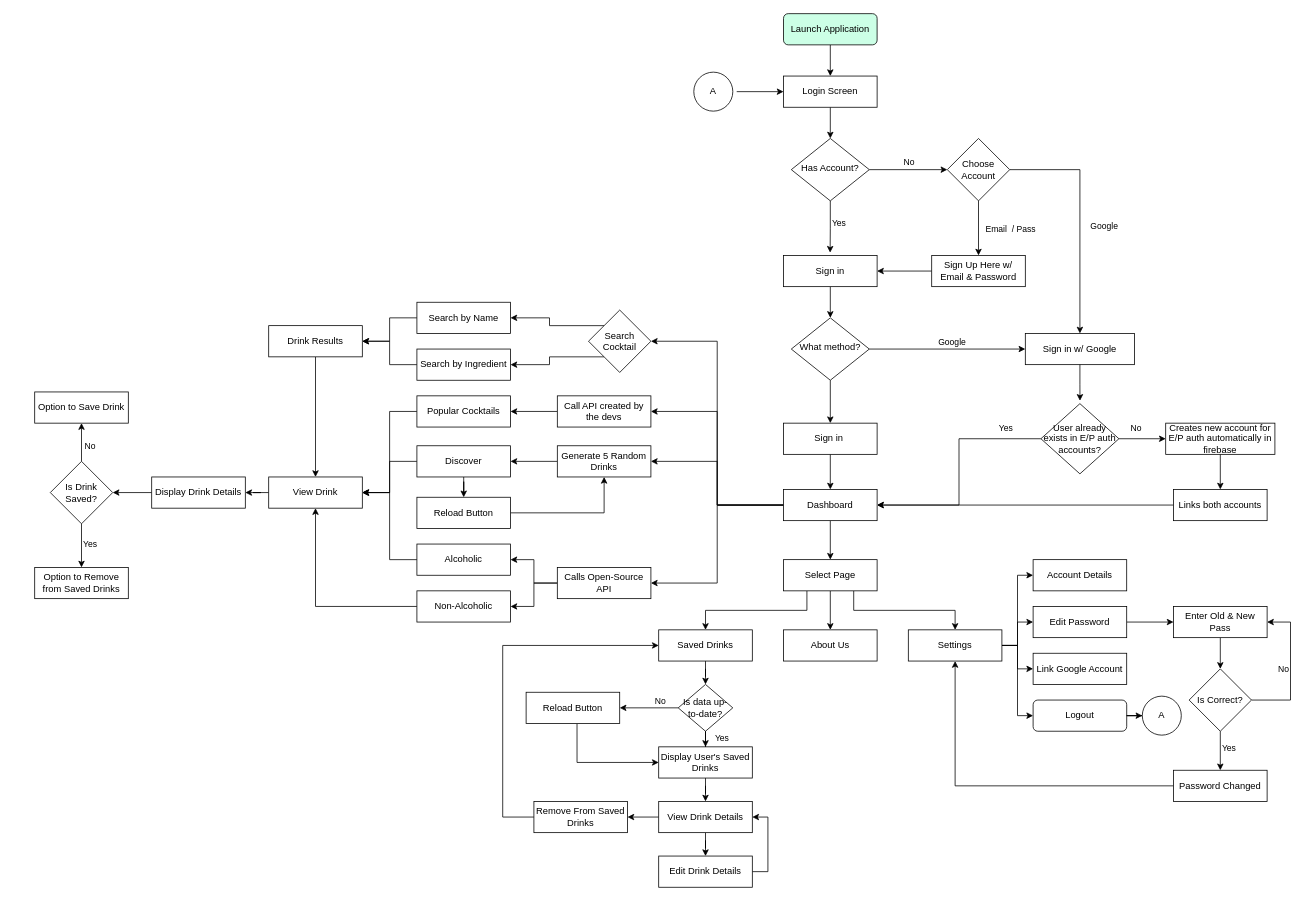
Marck-road/MobDev_Inom_Proj keeps this draw.io diagram as inom_project/Kanpai.drawio. Above is the earlier version. Source tidied: cells renumbered, new cells numbered last; positions are measured from the earlier drawing's top-left corner, leaving out a move shared by most shapes. Both pictures are drawn from the tidied source at 78%, with x=0, y=0 at pixel (34, 13).
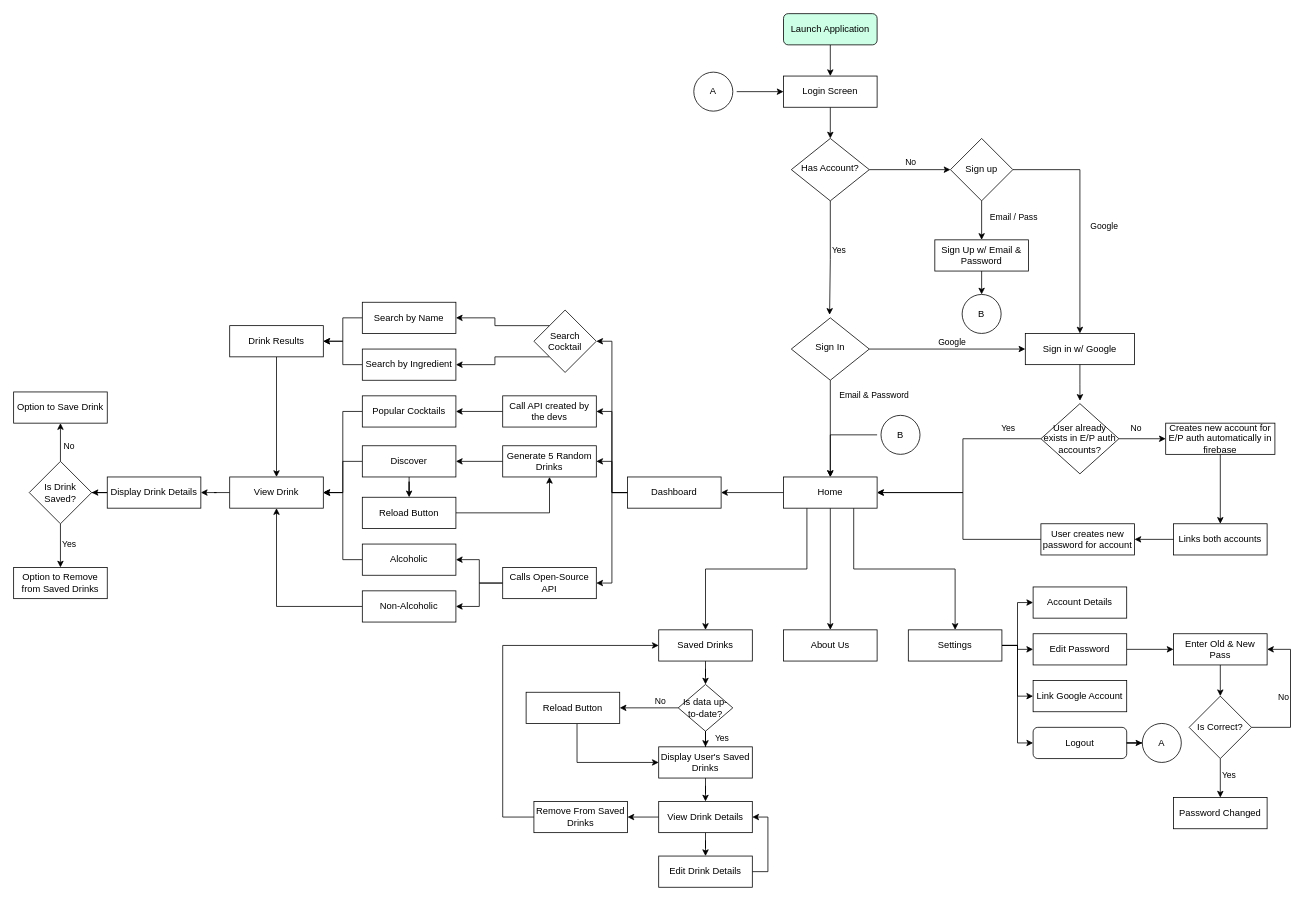
Above is the later version.

The change refers to these unchanged cells:
```xml
<mxCell id="6" value="Has Account?" style="rhombus;whiteSpace=wrap;html=1;shadow=0;fontFamily=Helvetica;fontSize=12;align=center;strokeWidth=1;spacing=6;spacingTop=-4;" parent="1" vertex="1">
  <mxGeometry x="970" y="160" width="100" height="80" as="geometry" />
</mxCell>
<mxCell id="14" style="edgeStyle=orthogonalEdgeStyle;rounded=0;jettySize=auto;html=1;entryX=0.5;entryY=0;entryDx=0;entryDy=0;" parent="1" edge="1" source="16" target="31">
  <mxGeometry relative="1" as="geometry" />
</mxCell>
<mxCell id="22" value="&lt;font style=&quot;font-size: 12px;&quot;&gt;User already exists in E/P auth accounts?&lt;/font&gt;" style="rhombus;whiteSpace=wrap;html=1;" parent="1" vertex="1">
  <mxGeometry x="1290" y="500" width="100" height="90" as="geometry" />
</mxCell>
<mxCell id="50" value="Settings" style="rounded=0;whiteSpace=wrap;html=1;" parent="1" vertex="1">
  <mxGeometry x="1120" y="790" width="120" height="40" as="geometry" />
</mxCell>
```

What changed in the source:
```diff
@@
-    <mxCell id="7" style="edgeStyle=orthogonalEdgeStyle;rounded=0;jettySize=auto;html=1;exitX=0.5;exitY=1;exitDx=0;exitDy=0;entryX=0.5;entryY=0;entryDx=0;entryDy=0;" parent="1" edge="1" source="32" target="38">
-      <mxGeometry relative="1" as="geometry" />
-    </mxCell>
@@
-    <mxCell id="10" style="edgeStyle=orthogonalEdgeStyle;rounded=0;jettySize=auto;html=1;entryX=0.5;entryY=0;entryDx=0;entryDy=0;" parent="1" edge="1" source="11" target="32">
+    <mxCell id="10" style="edgeStyle=orthogonalEdgeStyle;rounded=0;jettySize=auto;html=1;entryX=0.5;entryY=0;entryDx=0;entryDy=0;" parent="1" edge="1" source="11" target="42">
       <mxGeometry relative="1" as="geometry" />
     </mxCell>
-    <mxCell id="11" value="What method?" style="rhombus;whiteSpace=wrap;html=1;shadow=0;fontFamily=Helvetica;fontSize=12;align=center;strokeWidth=1;spacing=6;spacingTop=-4;" parent="1" vertex="1">
+    <mxCell id="11" value="Sign In" style="rhombus;whiteSpace=wrap;html=1;shadow=0;fontFamily=Helvetica;fontSize=12;align=center;strokeWidth=1;spacing=6;spacingTop=-4;" parent="1" vertex="1">
       <mxGeometry x="970" y="390" width="100" height="80" as="geometry" />
     </mxCell>
@@
-    <mxCell id="15" value="Email&amp;nbsp; / Pass" style="edgeLabel;html=1;align=center;verticalAlign=middle;" parent="14" vertex="1">
+    <mxCell id="15" value="Email / Pass" style="edgeLabel;html=1;align=center;verticalAlign=middle;" parent="14" vertex="1">
       <mxGeometry x="-0.01" y="-2" relative="1" as="geometry">
-        <mxPoint x="42" as="offset" />
+        <mxPoint x="42" y="-5" as="offset" />
       </mxGeometry>
     </mxCell>
-    <mxCell id="16" value="Choose Account" style="rhombus;whiteSpace=wrap;html=1;" parent="1" vertex="1">
-      <mxGeometry x="1170" y="160" width="80" height="80" as="geometry" />
+    <mxCell id="16" value="Sign up" style="rhombus;whiteSpace=wrap;html=1;" parent="1" vertex="1">
+      <mxGeometry x="1174" y="160" width="80" height="80" as="geometry" />
     </mxCell>
-    <mxCell id="17" style="edgeStyle=orthogonalEdgeStyle;rounded=0;jettySize=auto;html=1;entryX=1;entryY=0.5;entryDx=0;entryDy=0;exitX=0;exitY=0.5;exitDx=0;exitDy=0;" parent="1" edge="1" source="31" target="30">
-      <mxGeometry relative="1" as="geometry" />
-    </mxCell>
-    <mxCell id="18" style="edgeStyle=orthogonalEdgeStyle;rounded=0;jettySize=auto;html=1;entryX=1;entryY=0.5;entryDx=0;entryDy=0;" parent="1" edge="1" source="22" target="38">
-      <mxGeometry relative="1" as="geometry" />
+    <mxCell id="18" style="edgeStyle=orthogonalEdgeStyle;rounded=0;jettySize=auto;html=1;entryX=1;entryY=0.5;entryDx=0;entryDy=0;" parent="1" edge="1" source="22" target="42">
+      <mxGeometry relative="1" as="geometry">
+        <Array as="points">
+          <mxPoint x="1190" y="545" />
+          <mxPoint x="1190" y="614" />
+          <mxPoint x="1080" y="614" />
+        </Array>
+      </mxGeometry>
     </mxCell>
@@
-    <mxCell id="23" style="edgeStyle=orthogonalEdgeStyle;rounded=0;jettySize=auto;html=1;entryX=1;entryY=0.5;entryDx=0;entryDy=0;" parent="1" edge="1" source="24" target="38">
-      <mxGeometry relative="1" as="geometry" />
+    <mxCell id="23" style="edgeStyle=orthogonalEdgeStyle;rounded=0;jettySize=auto;html=1;entryX=1;entryY=0.5;entryDx=0;entryDy=0;exitX=0;exitY=0.5;exitDx=0;exitDy=0;" parent="1" edge="1" source="134" target="42">
+      <mxGeometry relative="1" as="geometry">
+        <Array as="points">
+          <mxPoint x="1190" y="674" />
+          <mxPoint x="1190" y="614" />
+          <mxPoint x="1080" y="614" />
+        </Array>
+      </mxGeometry>
     </mxCell>
     <mxCell id="24" value="Links both accounts" style="rounded=0;whiteSpace=wrap;html=1;" parent="1" vertex="1">
-      <mxGeometry x="1460" y="610" width="120" height="40" as="geometry" />
+      <mxGeometry x="1460" y="654" width="120" height="40" as="geometry" />
     </mxCell>
@@
-    <mxCell id="29" style="edgeStyle=orthogonalEdgeStyle;rounded=0;jettySize=auto;html=1;entryX=0.5;entryY=0;entryDx=0;entryDy=0;" parent="1" edge="1" source="30" target="11">
-      <mxGeometry relative="1" as="geometry" />
-    </mxCell>
-    <mxCell id="30" value="Sign in" style="rounded=0;whiteSpace=wrap;html=1;" parent="1" vertex="1">
-      <mxGeometry x="960" y="310" width="120" height="40" as="geometry" />
-    </mxCell>
-    <mxCell id="31" value="Sign Up Here w/ Email &amp;amp; Password" style="rounded=0;whiteSpace=wrap;html=1;" parent="1" vertex="1">
-      <mxGeometry x="1150" y="310" width="120" height="40" as="geometry" />
+    <mxCell id="31" value="Sign Up w/ Email &amp;amp; Password" style="rounded=0;whiteSpace=wrap;html=1;" parent="1" vertex="1">
+      <mxGeometry x="1154" y="290" width="120" height="40" as="geometry" />
     </mxCell>
-    <mxCell id="32" value="Sign in&amp;nbsp;" style="rounded=0;whiteSpace=wrap;html=1;" parent="1" vertex="1">
-      <mxGeometry x="960" y="525" width="120" height="40" as="geometry" />
-    </mxCell>
-    <mxCell id="33" style="edgeStyle=orthogonalEdgeStyle;rounded=0;jettySize=auto;html=1;entryX=0.5;entryY=0;entryDx=0;entryDy=0;" parent="1" edge="1" source="38" target="42">
-      <mxGeometry relative="1" as="geometry" />
-    </mxCell>
@@
     <mxCell id="38" value="Dashboard" style="rounded=0;whiteSpace=wrap;html=1;" parent="1" vertex="1">
-      <mxGeometry x="960" y="610" width="120" height="40" as="geometry" />
+      <mxGeometry x="760" y="594" width="120" height="40" as="geometry" />
     </mxCell>
@@
+    <mxCell id="131" style="edgeStyle=orthogonalEdgeStyle;rounded=0;jettySize=auto;html=1;entryX=1;entryY=0.5;entryDx=0;entryDy=0;" parent="1" edge="1" source="42" target="38">
+      <mxGeometry relative="1" as="geometry" />
+    </mxCell>
-    <mxCell id="42" value="Select Page" style="rounded=0;whiteSpace=wrap;html=1;" parent="1" vertex="1">
-      <mxGeometry x="960" y="700" width="120" height="40" as="geometry" />
+    <mxCell id="42" value="Home" style="rounded=0;whiteSpace=wrap;html=1;" parent="1" vertex="1">
+      <mxGeometry x="960" y="594" width="120" height="40" as="geometry" />
     </mxCell>
@@
     <mxCell id="52" value="Search by Name" style="rounded=0;whiteSpace=wrap;html=1;" parent="1" vertex="1">
-      <mxGeometry x="490" y="370" width="120" height="40" as="geometry" />
+      <mxGeometry x="420" y="370" width="120" height="40" as="geometry" />
     </mxCell>
@@
     <mxCell id="54" value="Generate 5 Random Drinks" style="rounded=0;whiteSpace=wrap;html=1;" parent="1" vertex="1">
-      <mxGeometry x="670" y="554" width="120" height="40" as="geometry" />
+      <mxGeometry x="600" y="554" width="120" height="40" as="geometry" />
     </mxCell>
@@
     <mxCell id="56" value="Popular Cocktails" style="rounded=0;whiteSpace=wrap;html=1;" parent="1" vertex="1">
-      <mxGeometry x="490" y="490" width="120" height="40" as="geometry" />
+      <mxGeometry x="420" y="490" width="120" height="40" as="geometry" />
     </mxCell>
@@
     <mxCell id="58" value="Alcoholic" style="rounded=0;whiteSpace=wrap;html=1;" parent="1" vertex="1">
-      <mxGeometry x="490" y="680" width="120" height="40" as="geometry" />
+      <mxGeometry x="420" y="680" width="120" height="40" as="geometry" />
     </mxCell>
@@
     <mxCell id="61" value="Discover" style="rounded=0;whiteSpace=wrap;html=1;" parent="1" vertex="1">
-      <mxGeometry x="490" y="554" width="120" height="40" as="geometry" />
+      <mxGeometry x="420" y="554" width="120" height="40" as="geometry" />
     </mxCell>
@@
     <mxCell id="63" value="Call API created by the devs" style="rounded=0;whiteSpace=wrap;html=1;" parent="1" vertex="1">
-      <mxGeometry x="670" y="490" width="120" height="40" as="geometry" />
+      <mxGeometry x="600" y="490" width="120" height="40" as="geometry" />
     </mxCell>
@@
     <mxCell id="65" value="Non-Alcoholic" style="rounded=0;whiteSpace=wrap;html=1;" parent="1" vertex="1">
-      <mxGeometry x="490" y="740" width="120" height="40" as="geometry" />
+      <mxGeometry x="420" y="740" width="120" height="40" as="geometry" />
     </mxCell>
@@
     <mxCell id="68" value="Calls Open-Source API" style="rounded=0;whiteSpace=wrap;html=1;" parent="1" vertex="1">
-      <mxGeometry x="670" y="710" width="120" height="40" as="geometry" />
+      <mxGeometry x="600" y="710" width="120" height="40" as="geometry" />
     </mxCell>
@@
     <mxCell id="70" value="Reload Button" style="rounded=0;whiteSpace=wrap;html=1;" parent="1" vertex="1">
-      <mxGeometry x="490" y="620" width="120" height="40" as="geometry" />
+      <mxGeometry x="420" y="620" width="120" height="40" as="geometry" />
     </mxCell>
@@
     <mxCell id="73" value="Search Cocktail" style="rhombus;whiteSpace=wrap;html=1;" parent="1" vertex="1">
-      <mxGeometry x="710" y="380" width="80" height="80" as="geometry" />
+      <mxGeometry x="640" y="380" width="80" height="80" as="geometry" />
     </mxCell>
@@
     <mxCell id="75" value="Search by Ingredient" style="rounded=0;whiteSpace=wrap;html=1;" parent="1" vertex="1">
-      <mxGeometry x="490" y="430" width="120" height="40" as="geometry" />
+      <mxGeometry x="420" y="430" width="120" height="40" as="geometry" />
     </mxCell>
@@
     <mxCell id="77" value="Drink Results" style="rounded=0;whiteSpace=wrap;html=1;" parent="1" vertex="1">
-      <mxGeometry x="300" y="400" width="120" height="40" as="geometry" />
+      <mxGeometry x="250" y="400" width="120" height="40" as="geometry" />
     </mxCell>
@@
     <mxCell id="79" value="View Drink" style="rounded=0;whiteSpace=wrap;html=1;" parent="1" vertex="1">
-      <mxGeometry x="300" y="594" width="120" height="40" as="geometry" />
+      <mxGeometry x="250" y="594" width="120" height="40" as="geometry" />
     </mxCell>
@@
     <mxCell id="81" value="Display Drink Details" style="rounded=0;whiteSpace=wrap;html=1;" parent="1" vertex="1">
-      <mxGeometry x="150" y="594" width="120" height="40" as="geometry" />
+      <mxGeometry x="93" y="594" width="120" height="40" as="geometry" />
     </mxCell>
@@
     <mxCell id="86" value="Is Drink Saved?" style="rhombus;whiteSpace=wrap;html=1;" parent="1" vertex="1">
-      <mxGeometry x="20" y="574" width="80" height="80" as="geometry" />
+      <mxGeometry x="-7" y="574" width="80" height="80" as="geometry" />
     </mxCell>
     <mxCell id="87" value="Option to Save Drink" style="rounded=0;whiteSpace=wrap;html=1;" parent="1" vertex="1">
-      <mxGeometry y="485" width="120" height="40" as="geometry" />
+      <mxGeometry x="-27" y="485" width="120" height="40" as="geometry" />
     </mxCell>
     <mxCell id="88" value="Option to Remove from Saved Drinks" style="rounded=0;whiteSpace=wrap;html=1;" parent="1" vertex="1">
-      <mxGeometry y="710" width="120" height="40" as="geometry" />
+      <mxGeometry x="-27" y="710" width="120" height="40" as="geometry" />
     </mxCell>
     <mxCell id="89" value="Account Details" style="rounded=0;whiteSpace=wrap;html=1;" parent="1" vertex="1">
-      <mxGeometry x="1280" y="700" width="120" height="40" as="geometry" />
+      <mxGeometry x="1280" y="735" width="120" height="40" as="geometry" />
     </mxCell>
@@
     <mxCell id="91" value="Edit Password" style="rounded=0;whiteSpace=wrap;html=1;" parent="1" vertex="1">
-      <mxGeometry x="1280" y="760" width="120" height="40" as="geometry" />
+      <mxGeometry x="1280" y="795" width="120" height="40" as="geometry" />
     </mxCell>
     <mxCell id="92" value="Logout" style="rounded=1;whiteSpace=wrap;html=1;" parent="1" vertex="1">
-      <mxGeometry x="1280" y="880" width="120" height="40" as="geometry" />
+      <mxGeometry x="1280" y="915" width="120" height="40" as="geometry" />
     </mxCell>
     <mxCell id="93" value="Link Google Account" style="rounded=0;whiteSpace=wrap;html=1;" parent="1" vertex="1">
-      <mxGeometry x="1280" y="820" width="120" height="40" as="geometry" />
+      <mxGeometry x="1280" y="855" width="120" height="40" as="geometry" />
     </mxCell>
@@
     <mxCell id="95" value="Enter Old &amp;amp; New Pass" style="rounded=0;whiteSpace=wrap;html=1;" parent="1" vertex="1">
-      <mxGeometry x="1460" y="760" width="120" height="40" as="geometry" />
+      <mxGeometry x="1460" y="795" width="120" height="40" as="geometry" />
     </mxCell>
     <mxCell id="96" style="edgeStyle=orthogonalEdgeStyle;rounded=0;jettySize=auto;html=1;entryX=1;entryY=0.5;entryDx=0;entryDy=0;exitX=1;exitY=0.5;exitDx=0;exitDy=0;" parent="1" edge="1" source="100" target="95">
       <mxGeometry relative="1" as="geometry">
         <Array as="points">
-          <mxPoint x="1610" y="880" />
-          <mxPoint x="1610" y="780" />
+          <mxPoint x="1610" y="915" />
+          <mxPoint x="1610" y="815" />
         </Array>
       </mxGeometry>
     </mxCell>
@@
     <mxCell id="100" value="Is Correct?" style="rhombus;whiteSpace=wrap;html=1;" parent="1" vertex="1">
-      <mxGeometry x="1480" y="840" width="80" height="80" as="geometry" />
+      <mxGeometry x="1480" y="875" width="80" height="80" as="geometry" />
     </mxCell>
-    <mxCell id="101" style="edgeStyle=orthogonalEdgeStyle;rounded=0;jettySize=auto;html=1;entryX=0.5;entryY=1;entryDx=0;entryDy=0;" parent="1" edge="1" source="102" target="50">
-      <mxGeometry relative="1" as="geometry" />
-    </mxCell>
     <mxCell id="102" value="Password Changed" style="rounded=0;whiteSpace=wrap;html=1;" parent="1" vertex="1">
-      <mxGeometry x="1460" y="970" width="120" height="40" as="geometry" />
+      <mxGeometry x="1460" y="1005" width="120" height="40" as="geometry" />
     </mxCell>
@@
     <mxCell id="120" style="group;" parent="1" vertex="1">
-      <mxGeometry x="1415" y="875" width="60" height="50" as="geometry" />
+      <mxGeometry x="1415" y="910" width="60" height="50" as="geometry" />
     </mxCell>
@@
-    <mxCell id="129" style="edgeStyle=orthogonalEdgeStyle;rounded=0;jettySize=auto;html=1;entryX=0.498;entryY=-0.09;entryDx=0;entryDy=0;entryPerimeter=0;" parent="1" edge="1" source="6" target="30">
+    <mxCell id="129" style="edgeStyle=orthogonalEdgeStyle;rounded=0;jettySize=auto;html=1;entryX=0.491;entryY=-0.049;entryDx=0;entryDy=0;entryPerimeter=0;" parent="1" edge="1" source="6" target="11">
       <mxGeometry relative="1" as="geometry" />
     </mxCell>
@@
+    <mxCell id="132" value="Email &amp;amp; Password" style="edgeLabel;html=1;align=center;verticalAlign=middle;" parent="1" vertex="1">
+      <mxGeometry x="1200" y="440" as="geometry">
+        <mxPoint x="-125" y="48" as="offset" />
+      </mxGeometry>
+    </mxCell>
+    <mxCell id="133" style="edgeStyle=orthogonalEdgeStyle;rounded=0;jettySize=auto;html=1;entryX=1;entryY=0.5;entryDx=0;entryDy=0;" parent="1" edge="1" source="24" target="134">
+      <mxGeometry relative="1" as="geometry" />
+    </mxCell>
+    <mxCell id="134" value="User creates new password for account" style="rounded=0;whiteSpace=wrap;html=1;" parent="1" vertex="1">
+      <mxGeometry x="1290" y="654" width="120" height="40" as="geometry" />
+    </mxCell>
+    <mxCell id="135" style="group;" parent="1" vertex="1">
+      <mxGeometry x="1184" y="360" width="60" height="50" as="geometry" />
+    </mxCell>
+    <mxCell id="136" style="verticalLabelPosition=bottom;verticalAlign=top;html=1;shape=mxgraph.flowchart.on-page_reference;" parent="135" vertex="1">
+      <mxGeometry x="5" width="50" height="50" as="geometry" />
+    </mxCell>
+    <mxCell id="137" value="B" style="text;html=1;strokeColor=none;fillColor=none;align=center;verticalAlign=middle;whiteSpace=wrap;rounded=0;" parent="135" vertex="1">
+      <mxGeometry y="10" width="60" height="30" as="geometry" />
+    </mxCell>
+    <mxCell id="138" style="edgeStyle=orthogonalEdgeStyle;rounded=0;jettySize=auto;html=1;exitX=0.5;exitY=1;exitDx=0;exitDy=0;entryX=0.5;entryY=0;entryDx=0;entryDy=0;entryPerimeter=0;" parent="1" edge="1" source="31" target="136">
+      <mxGeometry relative="1" as="geometry" />
+    </mxCell>
+    <mxCell id="139" style="group;" parent="1" vertex="1">
+      <mxGeometry x="1080" y="515" width="60" height="50" as="geometry" />
+    </mxCell>
+    <mxCell id="140" style="verticalLabelPosition=bottom;verticalAlign=top;html=1;shape=mxgraph.flowchart.on-page_reference;" parent="139" vertex="1">
+      <mxGeometry x="5" width="50" height="50" as="geometry" />
+    </mxCell>
+    <mxCell id="141" value="B" style="text;html=1;strokeColor=none;fillColor=none;align=center;verticalAlign=middle;whiteSpace=wrap;rounded=0;" parent="139" vertex="1">
+      <mxGeometry y="10" width="60" height="30" as="geometry" />
+    </mxCell>
+    <mxCell id="142" style="edgeStyle=orthogonalEdgeStyle;rounded=0;jettySize=auto;html=1;exitX=0;exitY=0.5;exitDx=0;exitDy=0;entryX=0.5;entryY=0;entryDx=0;entryDy=0;" parent="1" edge="1" source="141" target="42">
+      <mxGeometry relative="1" as="geometry" />
+    </mxCell>
```
